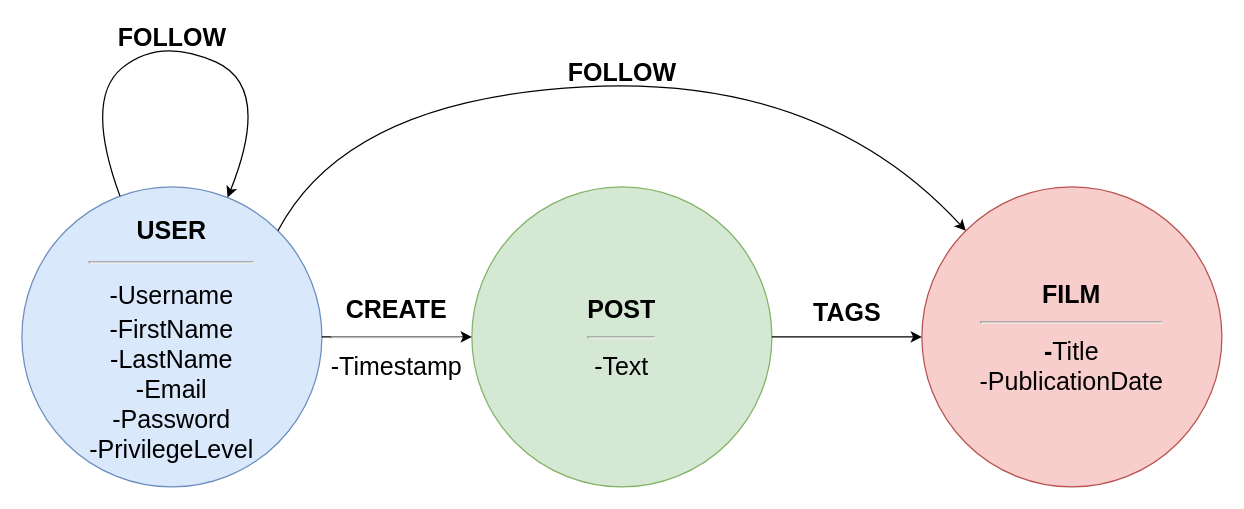
unipi-fr/LargeScaleMultiStructureDatabases keeps this draw.io diagram as Task3/Documentation/Diagrams/NodeLabel.drawio. Above is the earlier version. Source tidied: cells renumbered, new cells numbered last; positions are measured from the earlier drawing's top-left corner, leaving out a move shared by most shapes. Both pictures are drawn from the tidied source at 125%, with x=0, y=0 at pixel (21, 24).
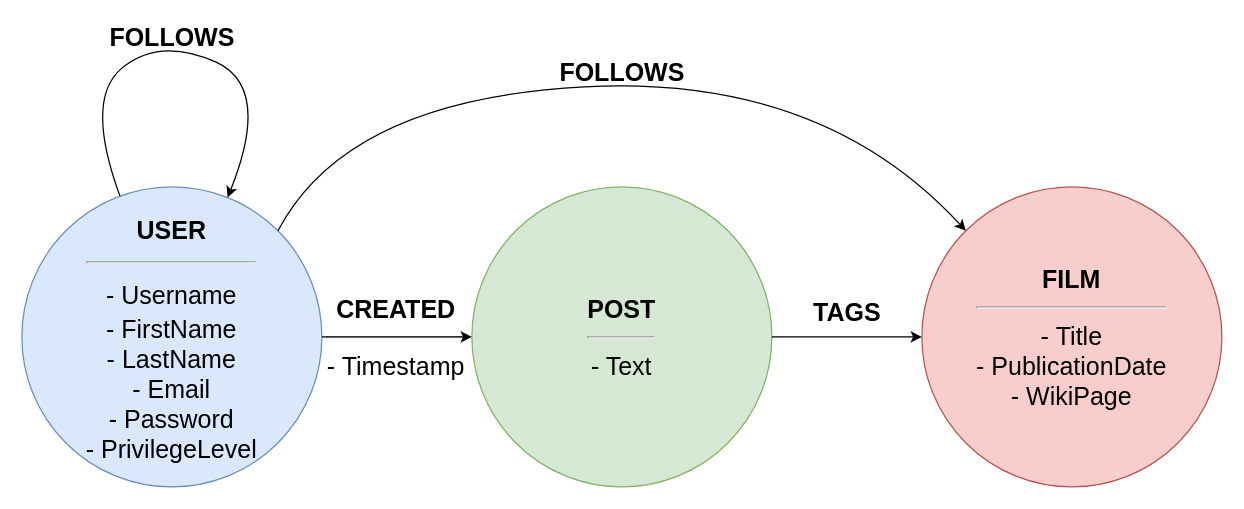
The same diagram, later.

The edit, as a diff of the source:
```diff
@@
 <mxGraphModel>
   <root>
     <mxCell id="0" />
     <mxCell id="1" parent="0" />
-    <mxCell id="2" value="&lt;font style=&quot;font-size: 20px&quot;&gt;&lt;b style=&quot;line-height: 150%&quot;&gt;USER&lt;br&gt;&lt;hr&gt;&lt;/b&gt;-Username&lt;br&gt;-FirstName&lt;br&gt;-LastName&lt;br&gt;-Email&lt;br&gt;-Password&lt;br&gt;-PrivilegeLevel&lt;/font&gt;" style="ellipse;whiteSpace=wrap;html=1;fillColor=#dae8fc;strokeColor=#6c8ebf;" parent="1" vertex="1">
+    <mxCell id="2" value="&lt;font style=&quot;font-size: 20px&quot;&gt;&lt;b style=&quot;line-height: 150%&quot;&gt;USER&lt;br&gt;&lt;hr&gt;&lt;/b&gt;- Username&lt;br&gt;- FirstName&lt;br&gt;- LastName&lt;br&gt;- Email&lt;br&gt;- Password&lt;br&gt;- PrivilegeLevel&lt;/font&gt;" style="ellipse;whiteSpace=wrap;html=1;fillColor=#dae8fc;strokeColor=#6c8ebf;" parent="1" vertex="1">
       <mxGeometry y="130" width="240" height="240" as="geometry" />
     </mxCell>
-    <mxCell id="3" value="&lt;font style=&quot;font-size: 20px&quot;&gt;&lt;b&gt;POST&lt;/b&gt;&lt;br&gt;&lt;/font&gt;&lt;hr style=&quot;font-size: 20px&quot;&gt;&lt;font style=&quot;font-size: 20px&quot;&gt;-Text&lt;/font&gt;" style="ellipse;whiteSpace=wrap;html=1;fillColor=#d5e8d4;strokeColor=#82b366;" parent="1" vertex="1">
+    <mxCell id="3" value="&lt;font style=&quot;font-size: 20px&quot;&gt;&lt;b&gt;POST&lt;/b&gt;&lt;br&gt;&lt;/font&gt;&lt;hr style=&quot;font-size: 20px&quot;&gt;&lt;font style=&quot;font-size: 20px&quot;&gt;- Text&lt;/font&gt;" style="ellipse;whiteSpace=wrap;html=1;fillColor=#d5e8d4;strokeColor=#82b366;" parent="1" vertex="1">
       <mxGeometry x="360" y="130" width="240" height="240" as="geometry" />
     </mxCell>
-    <mxCell id="4" value="&lt;b style=&quot;font-size: 20px&quot;&gt;&lt;font style=&quot;font-size: 20px&quot;&gt;FILM&lt;br&gt;&lt;/font&gt;&lt;/b&gt;&lt;hr style=&quot;font-size: 20px&quot;&gt;&lt;font style=&quot;font-size: 20px&quot;&gt;&lt;b&gt;-&lt;/b&gt;Title&lt;br&gt;-PublicationDate&lt;/font&gt;" style="ellipse;whiteSpace=wrap;html=1;fillColor=#f8cecc;strokeColor=#b85450;" parent="1" vertex="1">
+    <mxCell id="4" value="&lt;b style=&quot;font-size: 20px&quot;&gt;&lt;font style=&quot;font-size: 20px&quot;&gt;FILM&lt;br&gt;&lt;/font&gt;&lt;/b&gt;&lt;hr style=&quot;font-size: 20px&quot;&gt;&lt;font style=&quot;font-size: 20px&quot;&gt;-&lt;b&gt;&amp;nbsp;&lt;/b&gt;Title&lt;br&gt;- PublicationDate&lt;br&gt;- WikiPage&lt;br&gt;&lt;/font&gt;" style="ellipse;whiteSpace=wrap;html=1;fillColor=#f8cecc;strokeColor=#b85450;" parent="1" vertex="1">
       <mxGeometry x="720" y="130" width="240" height="240" as="geometry" />
     </mxCell>
     <mxCell id="5" style="curved=1;endArrow=classic;html=1;" parent="1" edge="1" source="2" target="2">
       <mxGeometry relative="1" as="geometry">
         <Array as="points">
           <mxPoint x="50" y="60" />
           <mxPoint x="110" y="10" />
           <mxPoint x="200" y="50" />
         </Array>
       </mxGeometry>
     </mxCell>
     <mxCell id="6" style="curved=1;endArrow=classic;html=1;exitX=1;exitY=0;exitDx=0;exitDy=0;entryX=0;entryY=0;entryDx=0;entryDy=0;" parent="1" edge="1" source="2" target="4">
       <mxGeometry relative="1" as="geometry">
         <Array as="points">
           <mxPoint x="260" y="60" />
           <mxPoint x="640" y="40" />
         </Array>
       </mxGeometry>
     </mxCell>
-    <mxCell id="7" value="&lt;font style=&quot;font-size: 20px&quot;&gt;&lt;b&gt;FOLLOW&lt;/b&gt;&lt;/font&gt;" style="text;html=1;align=center;verticalAlign=middle;" parent="1" vertex="1">
-      <mxGeometry x="430" y="28" width="100" height="20" as="geometry" />
+    <mxCell id="7" value="&lt;font style=&quot;font-size: 20px&quot;&gt;&lt;b&gt;FOLLOWS&lt;/b&gt;&lt;/font&gt;" style="text;html=1;align=center;verticalAlign=middle;" parent="1" vertex="1">
+      <mxGeometry x="420" y="28" width="120" height="20" as="geometry" />
     </mxCell>
-    <mxCell id="8" style="endArrow=classic;html=1;exitX=1;exitY=0.5;exitDx=0;exitDy=0;" parent="1" edge="1" source="2" target="3">
-      <mxGeometry relative="1" as="geometry" />
-    </mxCell>
-    <mxCell id="9" value="&lt;b style=&quot;font-size: 20px&quot;&gt;&lt;font style=&quot;font-size: 20px&quot;&gt;CREATE&lt;br&gt;&lt;/font&gt;&lt;/b&gt;&lt;hr style=&quot;font-size: 20px&quot;&gt;&lt;font style=&quot;font-size: 20px&quot;&gt;-Timestamp&lt;/font&gt;" style="text;html=1;strokeColor=none;fillColor=none;align=center;verticalAlign=middle;whiteSpace=wrap;rounded=0;" parent="1" vertex="1">
-      <mxGeometry x="230" y="195" width="140" height="110" as="geometry" />
+    <mxCell id="9" value="&lt;b style=&quot;font-size: 20px&quot;&gt;&lt;font style=&quot;font-size: 20px&quot;&gt;CREATED&lt;br&gt;&lt;/font&gt;&lt;/b&gt;&lt;hr style=&quot;font-size: 20px&quot;&gt;&lt;font style=&quot;font-size: 20px&quot;&gt;- Timestamp&lt;/font&gt;" style="text;html=1;align=center;verticalAlign=middle;whiteSpace=wrap;rounded=0;" parent="1" vertex="1">
+      <mxGeometry x="230" y="190" width="139" height="119" as="geometry" />
     </mxCell>
-    <mxCell id="10" value="&lt;font style=&quot;font-size: 20px&quot;&gt;&lt;b&gt;FOLLOW&lt;/b&gt;&lt;/font&gt;" style="text;html=1;align=center;verticalAlign=middle;" parent="1" vertex="1">
-      <mxGeometry x="70" width="100" height="20" as="geometry" />
+    <mxCell id="10" value="&lt;font style=&quot;font-size: 20px&quot;&gt;&lt;b&gt;FOLLOWS&lt;/b&gt;&lt;/font&gt;" style="text;html=1;align=center;verticalAlign=middle;" parent="1" vertex="1">
+      <mxGeometry x="60" width="120" height="20" as="geometry" />
     </mxCell>
     <mxCell id="11" style="endArrow=classic;html=1;exitX=1;exitY=0.5;exitDx=0;exitDy=0;entryX=0;entryY=0.5;entryDx=0;entryDy=0;" parent="1" edge="1" source="3" target="4">
       <mxGeometry relative="1" as="geometry" />
     </mxCell>
     <mxCell id="12" value="&lt;span style=&quot;font-size: 20px&quot;&gt;&lt;b&gt;TAGS&lt;/b&gt;&lt;/span&gt;" style="text;html=1;align=center;verticalAlign=middle;" parent="1" vertex="1">
       <mxGeometry x="625" y="220" width="70" height="20" as="geometry" />
     </mxCell>
+    <mxCell id="8" style="endArrow=classic;html=1;exitX=1;exitY=0.5;exitDx=0;exitDy=0;" parent="1" edge="1" source="2" target="3">
+      <mxGeometry relative="1" as="geometry" />
+    </mxCell>
   </root>
 </mxGraphModel>
```
